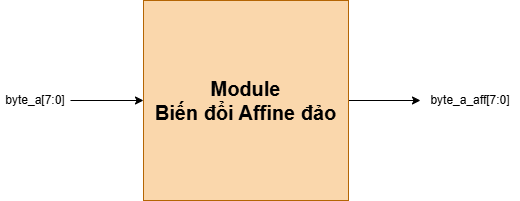
This is media/Affine dao high level.png from LQLManZz/AES128-Verilog, a draw.io export, as it was before one commit. Source tidied: cells renumbered, new cells last; positions are measured from the earlier drawing's top-left corner, leaving out a move shared by most shapes.
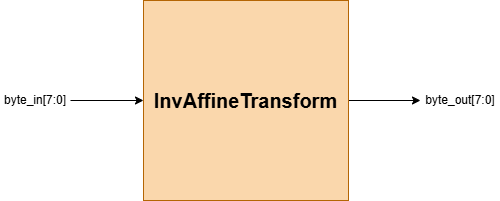
After the change.

Diff of the diagram source:
```diff
@@ -5,17 +5,17 @@
     <mxCell id="2" style="edgeStyle=orthogonalEdgeStyle;rounded=0;jettySize=auto;html=1;exitX=1;exitY=0.5;exitDx=0;exitDy=0;entryX=0;entryY=0.5;entryDx=0;entryDy=0;" parent="1" edge="1" source="3" target="6">
       <mxGeometry relative="1" as="geometry" />
     </mxCell>
-    <mxCell id="3" value="Module&lt;br&gt;Biến đổi Affine đảo" style="rounded=0;whiteSpace=wrap;html=1;fillColor=#fad7ac;strokeColor=#b46504;fontSize=20;fontStyle=1;" parent="1" vertex="1">
+    <mxCell id="3" value="InvAffineTransform" style="rounded=0;whiteSpace=wrap;html=1;fillColor=#fad7ac;strokeColor=#b46504;fontSize=20;fontStyle=1;" parent="1" vertex="1">
       <mxGeometry x="143" width="205" height="200" as="geometry" />
     </mxCell>
     <mxCell id="4" style="edgeStyle=orthogonalEdgeStyle;rounded=0;jettySize=auto;html=1;exitX=1;exitY=0.5;exitDx=0;exitDy=0;entryX=0;entryY=0.5;entryDx=0;entryDy=0;" parent="1" edge="1" source="5" target="3">
       <mxGeometry relative="1" as="geometry" />
     </mxCell>
-    <mxCell id="5" value="byte_a[7:0]" style="text;html=1;whiteSpace=wrap;strokeColor=none;fillColor=none;align=center;verticalAlign=middle;rounded=0;" parent="1" vertex="1">
+    <mxCell id="5" value="byte_in[7:0]" style="text;html=1;whiteSpace=wrap;strokeColor=none;fillColor=none;align=center;verticalAlign=middle;rounded=0;" parent="1" vertex="1">
       <mxGeometry y="85" width="70" height="30" as="geometry" />
     </mxCell>
-    <mxCell id="6" value="byte_a_aff[7:0]" style="text;html=1;whiteSpace=wrap;strokeColor=none;fillColor=none;align=center;verticalAlign=middle;rounded=0;" parent="1" vertex="1">
-      <mxGeometry x="420" y="85" width="100" height="30" as="geometry" />
+    <mxCell id="6" value="byte_out[7:0]" style="text;html=1;whiteSpace=wrap;strokeColor=none;fillColor=none;align=center;verticalAlign=middle;rounded=0;" parent="1" vertex="1">
+      <mxGeometry x="420" y="85" width="80" height="30" as="geometry" />
     </mxCell>
   </root>
 </mxGraphModel>
```
